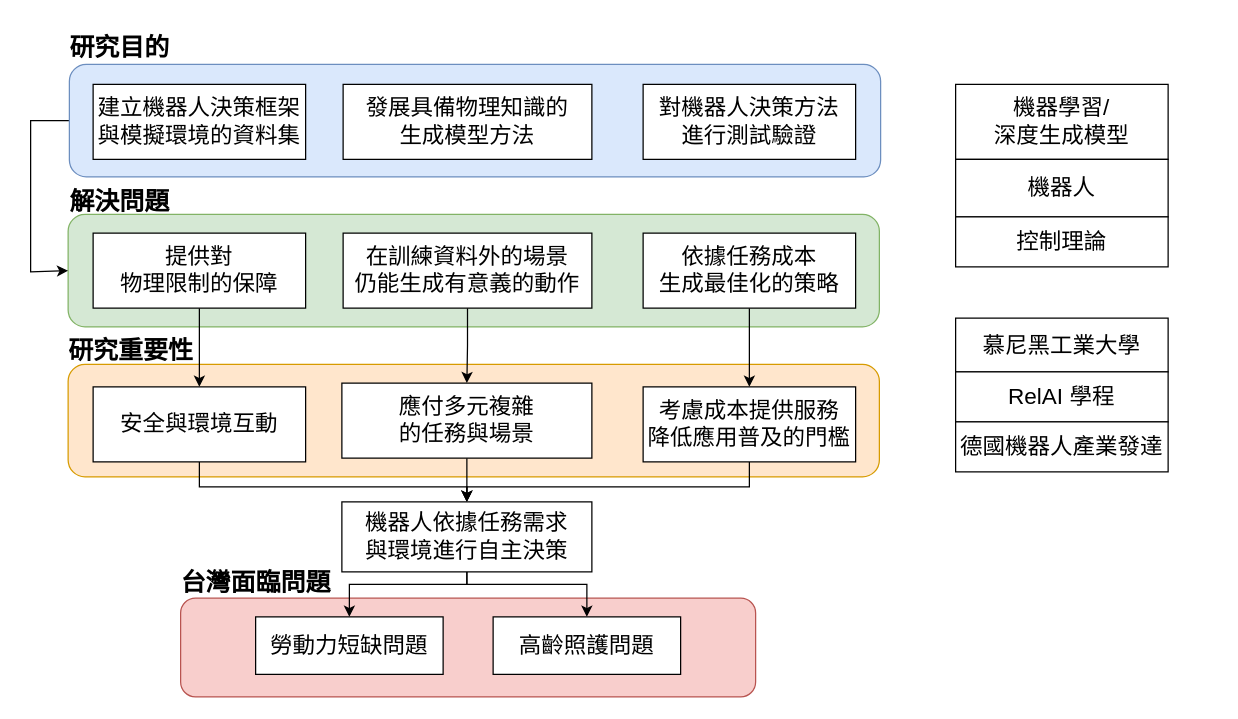
Above: research_obj_importance_arch.drawio in IanHuangYH/Paper_Submission_Chart (draw.io), before the change. Source tidied: cells renumbered, new cells numbered last; positions are measured from the earlier drawing's top-left corner, leaving out a move shared by most shapes. Both pictures are drawn from the tidied source at 125%, with x=0, y=0 at pixel (30, 21).
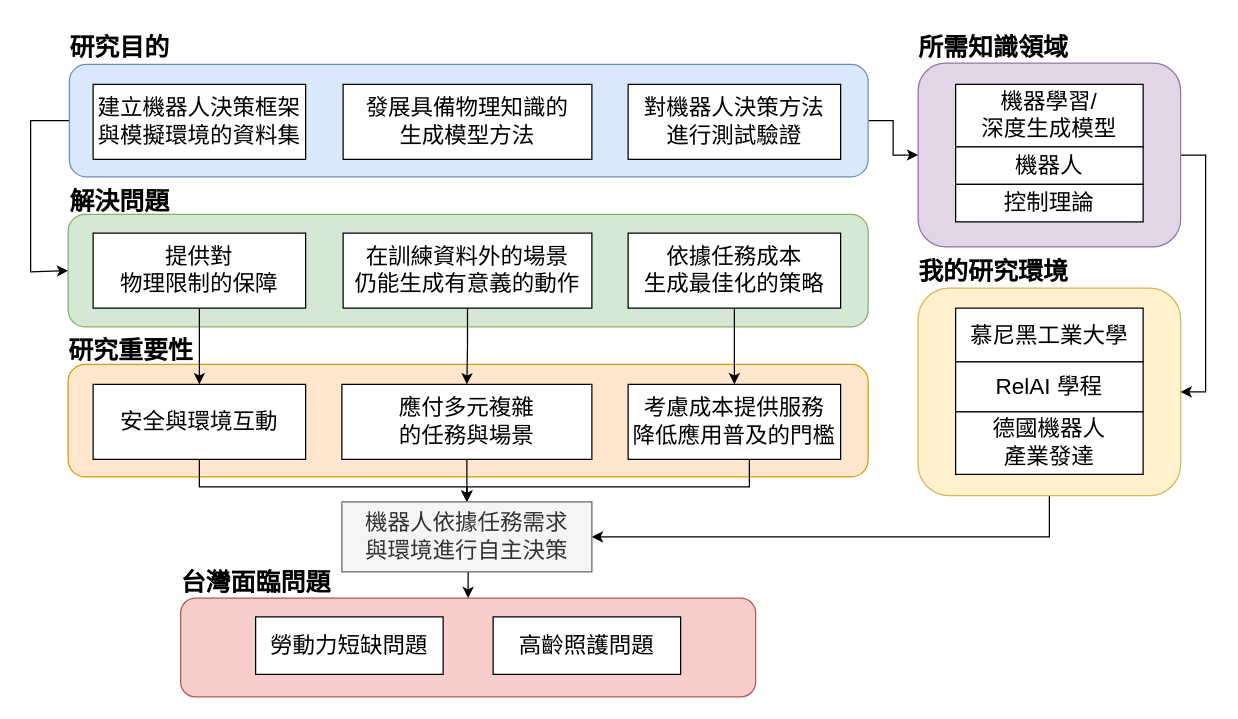
The same page after the edit.

The change refers to these unchanged cells:
```xml
<mxCell id="2" style="rounded=1;whiteSpace=wrap;html=1;shadow=0;fillColor=#f8cecc;strokeColor=#b85450;" parent="1" vertex="1">
  <mxGeometry x="120" y="461" width="460" height="79" as="geometry" />
</mxCell>
<mxCell id="31" value="&lt;span style=&quot;font-size: 18px;&quot;&gt;勞動力短缺問題&lt;/span&gt;" style="rounded=0;whiteSpace=wrap;html=1;" parent="1" vertex="1">
  <mxGeometry x="180" y="476" width="150" height="46" as="geometry" />
</mxCell>
<mxCell id="32" value="&lt;span style=&quot;font-size: 18px;&quot;&gt;高齡照護問題&lt;/span&gt;" style="rounded=0;whiteSpace=wrap;html=1;" parent="1" vertex="1">
  <mxGeometry x="370" y="476" width="150" height="46" as="geometry" />
</mxCell>
```

What changed in the source:
```diff
@@
+    <mxCell id="37" style="edgeStyle=orthogonalEdgeStyle;rounded=0;jettySize=auto;html=1;exitX=0.5;exitY=1;exitDx=0;exitDy=0;entryX=1;entryY=0.5;entryDx=0;entryDy=0;" parent="1" edge="1" source="38" target="24">
+      <mxGeometry relative="1" as="geometry" />
+    </mxCell>
+    <mxCell id="38" style="rounded=1;whiteSpace=wrap;html=1;shadow=0;fillColor=#fff2cc;strokeColor=#d6b656;" parent="1" vertex="1">
+      <mxGeometry x="710" y="213" width="210" height="166" as="geometry" />
+    </mxCell>
+    <mxCell id="39" style="edgeStyle=orthogonalEdgeStyle;rounded=0;jettySize=auto;html=1;exitX=1;exitY=0.5;exitDx=0;exitDy=0;entryX=1;entryY=0.5;entryDx=0;entryDy=0;" parent="1" edge="1" source="40" target="38">
+      <mxGeometry relative="1" as="geometry" />
+    </mxCell>
+    <mxCell id="40" style="rounded=1;whiteSpace=wrap;html=1;shadow=0;fillColor=#e1d5e7;strokeColor=#9673a6;" parent="1" vertex="1">
+      <mxGeometry x="710" y="33" width="210" height="147" as="geometry" />
+    </mxCell>
@@
     <mxCell id="3" style="rounded=1;whiteSpace=wrap;html=1;shadow=0;fillColor=#ffe6cc;strokeColor=#d79b00;" parent="1" vertex="1">
-      <mxGeometry x="30" y="274" width="649" height="90" as="geometry" />
+      <mxGeometry x="30" y="274" width="640" height="90" as="geometry" />
     </mxCell>
     <mxCell id="4" style="rounded=1;whiteSpace=wrap;html=1;shadow=0;fillColor=#d5e8d4;strokeColor=#82b366;" parent="1" vertex="1">
-      <mxGeometry x="30" y="154" width="649" height="90" as="geometry" />
+      <mxGeometry x="30" y="154" width="640" height="90" as="geometry" />
     </mxCell>
@@
+    <mxCell id="41" style="edgeStyle=orthogonalEdgeStyle;rounded=0;jettySize=auto;html=1;exitX=1;exitY=0.5;exitDx=0;exitDy=0;entryX=0;entryY=0.5;entryDx=0;entryDy=0;" parent="1" edge="1" source="6" target="40">
+      <mxGeometry relative="1" as="geometry" />
+    </mxCell>
     <mxCell id="6" style="rounded=1;whiteSpace=wrap;html=1;shadow=0;fillColor=#dae8fc;strokeColor=#6c8ebf;" parent="1" vertex="1">
-      <mxGeometry x="31" y="34" width="649" height="90" as="geometry" />
+      <mxGeometry x="31" y="34" width="639" height="90" as="geometry" />
     </mxCell>
@@
     <mxCell id="12" value="&lt;span style=&quot;font-size: 18px;&quot;&gt;依據任務成本&lt;br&gt;生成最佳化的策略&lt;/span&gt;" style="rounded=0;whiteSpace=wrap;html=1;" parent="1" vertex="1">
-      <mxGeometry x="490" y="169" width="170" height="60" as="geometry" />
+      <mxGeometry x="478" y="169" width="170" height="60" as="geometry" />
     </mxCell>
@@
     <mxCell id="15" value="&lt;span style=&quot;font-size: 18px;&quot;&gt;對機器人決策方法&lt;br&gt;進行測試驗證&lt;/span&gt;" style="rounded=0;whiteSpace=wrap;html=1;" parent="1" vertex="1">
-      <mxGeometry x="490" y="50" width="170" height="60" as="geometry" />
+      <mxGeometry x="478" y="50" width="170" height="60" as="geometry" />
     </mxCell>
@@
     <mxCell id="17" value="&lt;span style=&quot;font-size: 18px;&quot;&gt;安全與環境互動&lt;/span&gt;" style="rounded=0;whiteSpace=wrap;html=1;" parent="1" vertex="1">
-      <mxGeometry x="50" y="292" width="170" height="60" as="geometry" />
+      <mxGeometry x="50" y="290" width="170" height="60" as="geometry" />
     </mxCell>
@@
     <mxCell id="19" value="&lt;span style=&quot;font-size: 18px;&quot;&gt;應付多元複雜&lt;br&gt;的任務與場景&lt;/span&gt;" style="rounded=0;whiteSpace=wrap;html=1;" parent="1" vertex="1">
-      <mxGeometry x="249" y="289" width="200" height="60" as="geometry" />
+      <mxGeometry x="249" y="290" width="200" height="60" as="geometry" />
     </mxCell>
@@
     <mxCell id="21" value="&lt;span style=&quot;font-size: 18px;&quot;&gt;考慮成本提供服務&lt;/span&gt;&lt;br&gt;&lt;span style=&quot;font-size: 18px;&quot;&gt;降低應用普及的門檻&lt;/span&gt;" style="rounded=0;whiteSpace=wrap;html=1;" parent="1" vertex="1">
-      <mxGeometry x="490" y="292" width="170" height="60" as="geometry" />
+      <mxGeometry x="478" y="290" width="170" height="60" as="geometry" />
     </mxCell>
-    <mxCell id="22" style="edgeStyle=orthogonalEdgeStyle;rounded=0;jettySize=auto;html=1;exitX=0.5;exitY=1;exitDx=0;exitDy=0;entryX=0.5;entryY=0;entryDx=0;entryDy=0;" parent="1" edge="1" source="24" target="31">
-      <mxGeometry relative="1" as="geometry">
-        <Array as="points">
-          <mxPoint x="349" y="450" />
-          <mxPoint x="255" y="450" />
-        </Array>
-      </mxGeometry>
-    </mxCell>
-    <mxCell id="23" style="edgeStyle=orthogonalEdgeStyle;rounded=0;jettySize=auto;html=1;exitX=0.5;exitY=1;exitDx=0;exitDy=0;entryX=0.5;entryY=0;entryDx=0;entryDy=0;" parent="1" edge="1" source="24" target="32">
-      <mxGeometry relative="1" as="geometry">
-        <Array as="points">
-          <mxPoint x="349" y="450" />
-          <mxPoint x="445" y="450" />
-        </Array>
-      </mxGeometry>
-    </mxCell>
+    <mxCell id="42" style="edgeStyle=orthogonalEdgeStyle;rounded=0;jettySize=auto;html=1;exitX=0.5;exitY=1;exitDx=0;exitDy=0;entryX=0.5;entryY=0;entryDx=0;entryDy=0;" parent="1" edge="1" source="24" target="2">
+      <mxGeometry relative="1" as="geometry" />
+    </mxCell>
-    <mxCell id="24" value="&lt;span style=&quot;font-size: 18px;&quot;&gt;機器人依據任務需求&lt;br&gt;與環境進行自主決策&lt;/span&gt;" style="rounded=0;whiteSpace=wrap;html=1;" parent="1" vertex="1">
+    <mxCell id="24" value="&lt;span style=&quot;font-size: 18px;&quot;&gt;機器人依據任務需求&lt;br&gt;與環境進行自主決策&lt;/span&gt;" style="rounded=0;whiteSpace=wrap;html=1;fillColor=#f5f5f5;fontColor=#333333;strokeColor=#666666;" parent="1" vertex="1">
       <mxGeometry x="249" y="384" width="200" height="56" as="geometry" />
     </mxCell>
     <mxCell id="25" value="&lt;span style=&quot;font-size: 18px;&quot;&gt;機器學習/&lt;br&gt;深度生成模型&lt;/span&gt;" style="rounded=0;whiteSpace=wrap;html=1;" parent="1" vertex="1">
-      <mxGeometry x="740" y="50" width="170" height="60" as="geometry" />
+      <mxGeometry x="740" y="50" width="150" height="50" as="geometry" />
     </mxCell>
     <mxCell id="26" value="&lt;span style=&quot;font-size: 18px;&quot;&gt;機器人&lt;/span&gt;" style="rounded=0;whiteSpace=wrap;html=1;" parent="1" vertex="1">
-      <mxGeometry x="740" y="110" width="170" height="46" as="geometry" />
+      <mxGeometry x="740" y="100" width="150" height="30" as="geometry" />
     </mxCell>
     <mxCell id="27" value="&lt;span style=&quot;font-size: 18px;&quot;&gt;控制理論&lt;/span&gt;" style="rounded=0;whiteSpace=wrap;html=1;" parent="1" vertex="1">
-      <mxGeometry x="740" y="156" width="170" height="40" as="geometry" />
+      <mxGeometry x="740" y="130" width="150" height="30" as="geometry" />
     </mxCell>
     <mxCell id="28" value="&lt;span style=&quot;font-size: 18px;&quot;&gt;慕尼黑工業大學&lt;/span&gt;" style="rounded=0;whiteSpace=wrap;html=1;" parent="1" vertex="1">
-      <mxGeometry x="740" y="237" width="170" height="43" as="geometry" />
+      <mxGeometry x="740" y="229" width="150" height="43" as="geometry" />
     </mxCell>
     <mxCell id="29" value="&lt;span style=&quot;font-size: 18px;&quot;&gt;RelAI 學程&lt;/span&gt;" style="rounded=0;whiteSpace=wrap;html=1;" parent="1" vertex="1">
-      <mxGeometry x="740" y="280" width="170" height="40" as="geometry" />
+      <mxGeometry x="740" y="272" width="150" height="40" as="geometry" />
     </mxCell>
-    <mxCell id="30" value="&lt;span style=&quot;font-size: 18px;&quot;&gt;德國機器人產業發達&lt;/span&gt;" style="rounded=0;whiteSpace=wrap;html=1;" parent="1" vertex="1">
-      <mxGeometry x="740" y="320" width="170" height="40" as="geometry" />
+    <mxCell id="30" value="&lt;span style=&quot;font-size: 18px;&quot;&gt;德國機器人&lt;br&gt;產業發達&lt;/span&gt;" style="rounded=0;whiteSpace=wrap;html=1;" parent="1" vertex="1">
+      <mxGeometry x="740" y="312" width="150" height="50" as="geometry" />
     </mxCell>
@@
+    <mxCell id="43" value="&lt;font style=&quot;font-size: 20px;&quot;&gt;&lt;b style=&quot;&quot;&gt;所需知識&lt;/b&gt;&lt;/font&gt;&lt;b style=&quot;font-size: 20px;&quot;&gt;領域&lt;/b&gt;" style="text;html=1;align=center;verticalAlign=middle;strokeColor=none;fillColor=none;" parent="1" vertex="1">
+      <mxGeometry x="700" width="140" height="40" as="geometry" />
+    </mxCell>
+    <mxCell id="44" value="&lt;span style=&quot;font-size: 20px;&quot;&gt;&lt;b&gt;我的研究環境&lt;/b&gt;&lt;/span&gt;" style="text;html=1;align=center;verticalAlign=middle;strokeColor=none;fillColor=none;" parent="1" vertex="1">
+      <mxGeometry x="700" y="179" width="140" height="40" as="geometry" />
+    </mxCell>
```
